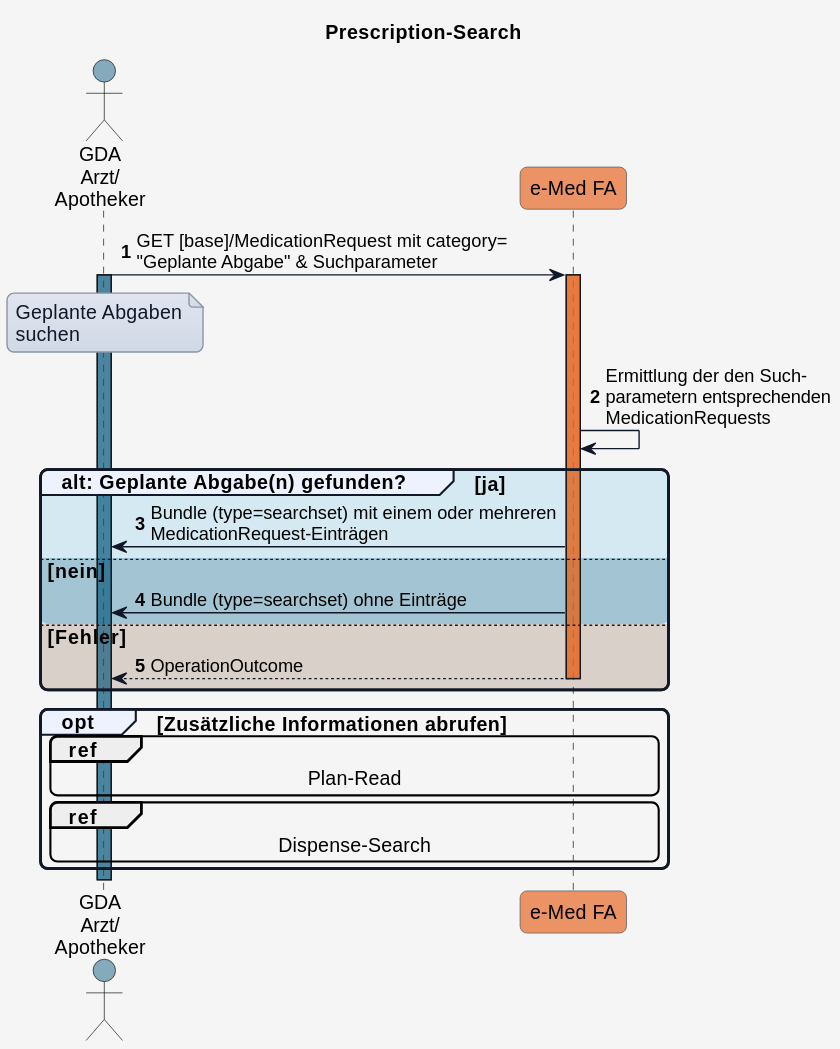
This is r4-ELGA-e-Medikation-main/plantuml/UC_eMed_03_01.svg from HL7Austria/hl7austria.github.io, a PlantUML export, as it was before one commit.
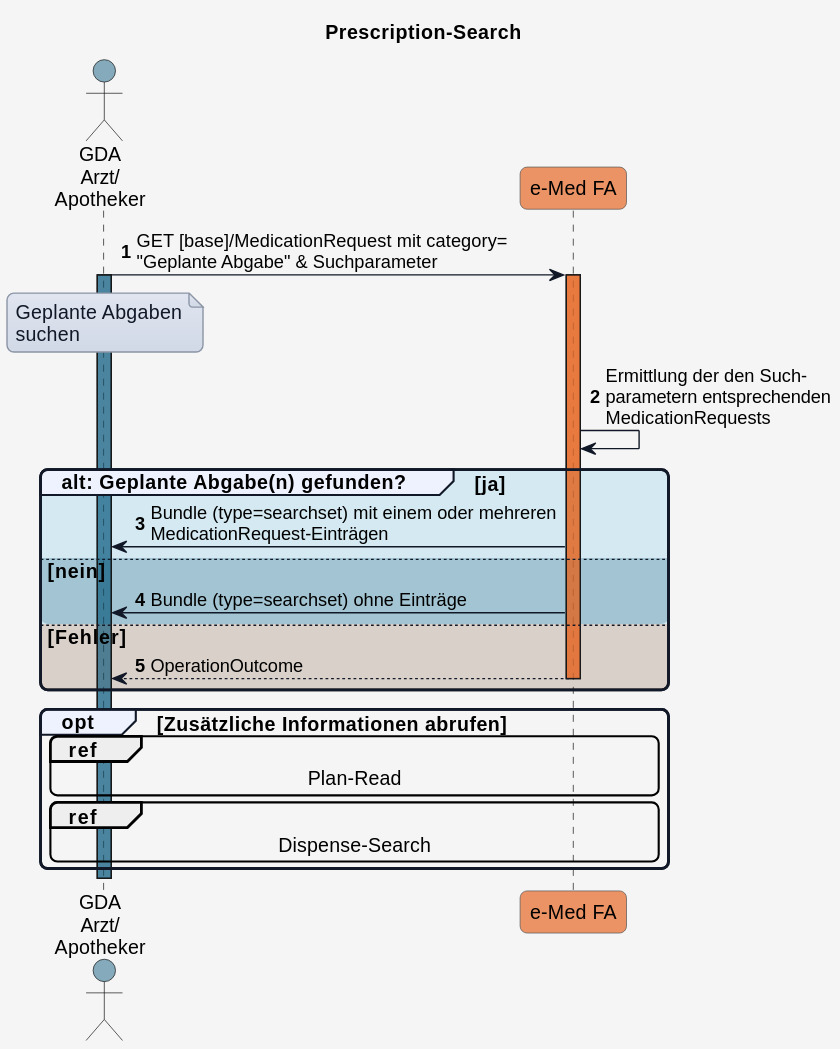
After the commit.

The edit, as a diff of the source:
```diff
@@ -88,4 +88,5 @@
     end ref
 
 end
+deactivate GDA_1
 @enduml
```
